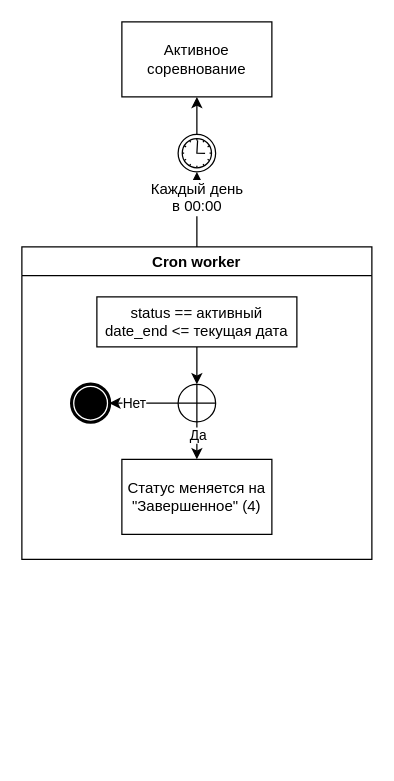
This is Завершение соревнования.drawio from aau8/draw.io, a draw.io file, before an edit. Source tidied: cells renumbered, new cells numbered last; positions are measured from the earlier drawing's top-left corner, leaving out a move shared by most shapes. Both pictures are drawn from the tidied source at 125%, with x=0, y=0 at pixel (21, 21).
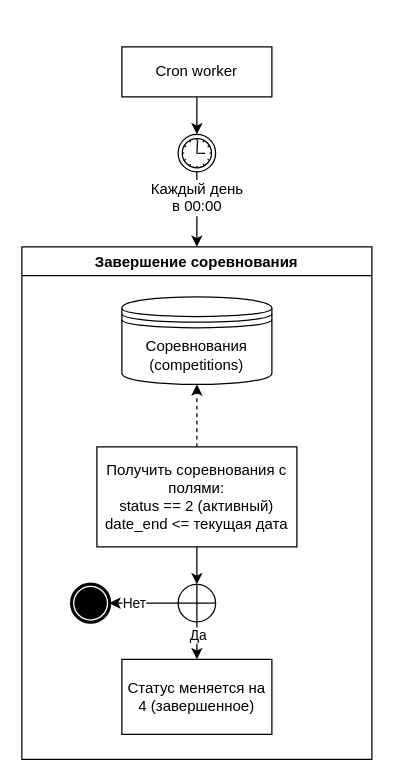
Above is the later version.

What changed in the source:
```diff
@@
 <mxGraphModel>
   <root>
     <mxCell id="0" />
     <mxCell id="1" parent="0" />
+    <mxCell id="16" style="edgeStyle=orthogonalEdgeStyle;rounded=0;jettySize=auto;html=1;" parent="1" edge="1" source="2" target="15">
+      <mxGeometry relative="1" as="geometry" />
+    </mxCell>
-    <mxCell id="2" value="Активное соревнование" style="rounded=0;whiteSpace=wrap;html=1;" parent="1" vertex="1">
-      <mxGeometry x="80" width="120" height="60" as="geometry" />
+    <mxCell id="2" value="Cron worker" style="rounded=0;whiteSpace=wrap;html=1;" parent="1" vertex="1">
+      <mxGeometry x="80" y="20" width="120" height="40" as="geometry" />
     </mxCell>
-    <mxCell id="3" style="edgeStyle=orthogonalEdgeStyle;rounded=0;jettySize=auto;html=1;" parent="1" edge="1" source="4" target="15">
-      <mxGeometry relative="1" as="geometry" />
-    </mxCell>
-    <mxCell id="4" value="Cron worker" style="swimlane;" parent="1" vertex="1">
-      <mxGeometry y="180" width="280" height="250" as="geometry" />
+    <mxCell id="4" value="Завершение соревнования" style="swimlane;" parent="1" vertex="1">
+      <mxGeometry y="180" width="280" height="410" as="geometry" />
     </mxCell>
     <mxCell id="5" style="edgeStyle=orthogonalEdgeStyle;rounded=0;jettySize=auto;html=1;" parent="4" edge="1" source="6" target="11">
       <mxGeometry relative="1" as="geometry" />
     </mxCell>
+    <mxCell id="17" style="edgeStyle=orthogonalEdgeStyle;rounded=0;jettySize=auto;html=1;dashed=1;" parent="4" edge="1" source="6" target="18">
+      <mxGeometry relative="1" as="geometry" />
+    </mxCell>
-    <mxCell id="6" value="status == активный&lt;br&gt;date_end &amp;lt;= текущая дата" style="rounded=0;whiteSpace=wrap;html=1;" parent="4" vertex="1">
-      <mxGeometry x="60" y="40" width="160" height="40" as="geometry" />
+    <mxCell id="6" value="Получить соревнования с полями:&lt;br&gt;status == 2 (активный)&lt;br&gt;date_end &amp;lt;= текущая дата" style="rounded=0;whiteSpace=wrap;html=1;" parent="4" vertex="1">
+      <mxGeometry x="60" y="160" width="160" height="80" as="geometry" />
     </mxCell>
     <mxCell id="7" style="edgeStyle=orthogonalEdgeStyle;rounded=0;jettySize=auto;html=1;" parent="4" edge="1" source="11" target="12">
       <mxGeometry relative="1" as="geometry" />
     </mxCell>
     <mxCell id="8" value="Да" style="edgeLabel;html=1;align=center;verticalAlign=middle;" parent="7" vertex="1">
       <mxGeometry x="0.2" relative="1" as="geometry" />
     </mxCell>
     <mxCell id="9" style="edgeStyle=orthogonalEdgeStyle;rounded=0;jettySize=auto;html=1;" parent="4" edge="1" source="11" target="13">
       <mxGeometry relative="1" as="geometry" />
     </mxCell>
     <mxCell id="10" value="Нет" style="edgeLabel;html=1;align=center;verticalAlign=middle;" parent="9" vertex="1">
       <mxGeometry x="0.3" y="-1" relative="1" as="geometry" />
     </mxCell>
     <mxCell id="11" style="shape=orEllipse;perimeter=ellipsePerimeter;whiteSpace=wrap;html=1;backgroundOutline=1;" parent="4" vertex="1">
-      <mxGeometry x="125" y="110" width="30" height="30" as="geometry" />
+      <mxGeometry x="125" y="270" width="30" height="30" as="geometry" />
     </mxCell>
-    <mxCell id="12" value="Статус меняется на &quot;Завершенное&quot; (4)" style="whiteSpace=wrap;html=1;" parent="4" vertex="1">
-      <mxGeometry x="80" y="170" width="120" height="60" as="geometry" />
+    <mxCell id="12" value="Статус меняется на 4 (завершенное)" style="whiteSpace=wrap;html=1;" parent="4" vertex="1">
+      <mxGeometry x="80" y="330" width="120" height="60" as="geometry" />
     </mxCell>
     <mxCell id="13" style="points=[[0.145,0.145,0],[0.5,0,0],[0.855,0.145,0],[1,0.5,0],[0.855,0.855,0],[0.5,1,0],[0.145,0.855,0],[0,0.5,0]];shape=mxgraph.bpmn.event;html=1;verticalLabelPosition=bottom;labelBackgroundColor=#ffffff;verticalAlign=top;align=center;perimeter=ellipsePerimeter;outlineConnect=0;outline=end;symbol=terminate;" parent="4" vertex="1">
-      <mxGeometry x="40" y="110" width="30" height="30" as="geometry" />
+      <mxGeometry x="40" y="270" width="30" height="30" as="geometry" />
     </mxCell>
-    <mxCell id="14" style="edgeStyle=orthogonalEdgeStyle;rounded=0;jettySize=auto;html=1;" parent="1" edge="1" source="15" target="2">
-      <mxGeometry relative="1" as="geometry" />
-    </mxCell>
+    <mxCell id="18" value="Соревнования&lt;br&gt;(competitions)" style="shape=datastore;whiteSpace=wrap;html=1;" parent="4" vertex="1">
+      <mxGeometry x="80" y="40" width="120" height="70" as="geometry" />
+    </mxCell>
+    <mxCell id="19" style="edgeStyle=orthogonalEdgeStyle;rounded=0;jettySize=auto;html=1;" parent="1" edge="1" source="15" target="4">
+      <mxGeometry relative="1" as="geometry" />
+    </mxCell>
     <mxCell id="15" value="Каждый день&lt;br&gt;в 00:00" style="points=[[0.145,0.145,0],[0.5,0,0],[0.855,0.145,0],[1,0.5,0],[0.855,0.855,0],[0.5,1,0],[0.145,0.855,0],[0,0.5,0]];shape=mxgraph.bpmn.event;html=1;verticalLabelPosition=bottom;labelBackgroundColor=#ffffff;verticalAlign=top;align=center;perimeter=ellipsePerimeter;outlineConnect=0;outline=standard;symbol=timer;" parent="1" vertex="1">
       <mxGeometry x="125" y="90" width="30" height="30" as="geometry" />
     </mxCell>
   </root>
 </mxGraphModel>
```
